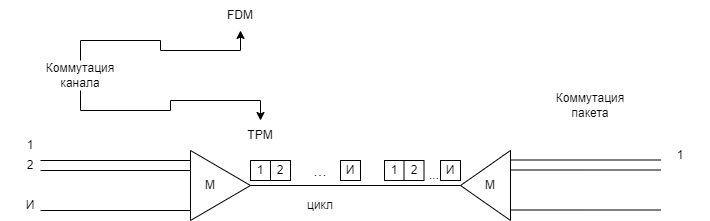
Above: seti.drawio.png in ksinph/PSTU_LABS_2023 (draw.io), before the change. Source tidied: cells renumbered, new cells last; positions are measured from the earlier drawing's top-left corner, leaving out a move shared by most shapes.
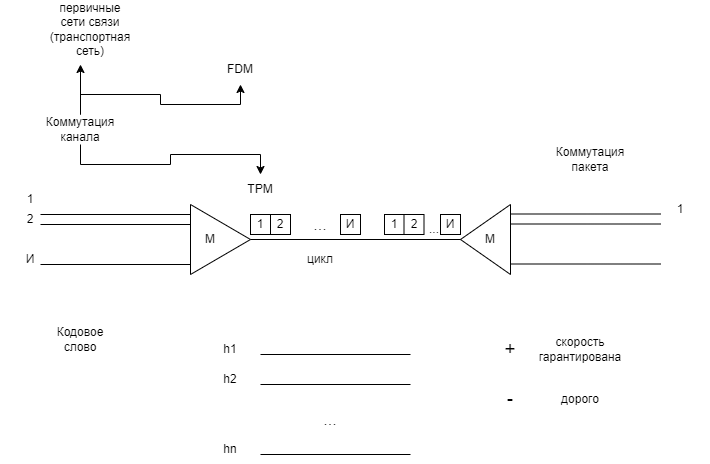
Later version of the same file.

What changed in the source:
```diff
@@ -53,6 +53,11 @@
     <mxCell id="12" style="edgeStyle=orthogonalEdgeStyle;rounded=0;jettySize=auto;html=1;exitX=0.5;exitY=0;exitDx=0;exitDy=0;" parent="1" edge="1" source="13" target="22">
       <mxGeometry relative="1" as="geometry" />
     </mxCell>
+    <mxCell id="32" style="edgeStyle=orthogonalEdgeStyle;rounded=0;jettySize=auto;html=1;exitX=0.5;exitY=0;exitDx=0;exitDy=0;" parent="1" edge="1" source="13">
+      <mxGeometry relative="1" as="geometry">
+        <mxPoint x="80" y="10" as="targetPoint" />
+      </mxGeometry>
+    </mxCell>
     <mxCell id="13" value="Коммутация канала" style="text;html=1;align=center;verticalAlign=middle;whiteSpace=wrap;rounded=0;" parent="1" vertex="1">
       <mxGeometry x="50" y="60" width="60" height="30" as="geometry" />
     </mxCell>
@@ -110,5 +115,53 @@
     <mxCell id="31" value="..." style="text;html=1;align=center;verticalAlign=middle;whiteSpace=wrap;rounded=0;" parent="1" vertex="1">
       <mxGeometry x="404" y="160" width="60" height="30" as="geometry" />
     </mxCell>
+    <mxCell id="33" value="первичные сети связи (транспортная сеть)" style="text;html=1;align=center;verticalAlign=middle;whiteSpace=wrap;rounded=0;" parent="1" vertex="1">
+      <mxGeometry x="60" y="-40" width="60" height="30" as="geometry" />
+    </mxCell>
+    <mxCell id="34" value="Кодовое слово" style="text;html=1;align=center;verticalAlign=middle;whiteSpace=wrap;rounded=0;" parent="1" vertex="1">
+      <mxGeometry x="50" y="270" width="60" height="30" as="geometry" />
+    </mxCell>
+    <mxCell id="35" style="endArrow=none;html=1;rounded=0;" parent="1" edge="1">
+      <mxGeometry relative="1" as="geometry">
+        <mxPoint x="260" y="300" as="sourcePoint" />
+        <mxPoint x="410" y="300" as="targetPoint" />
+      </mxGeometry>
+    </mxCell>
+    <mxCell id="36" style="endArrow=none;html=1;rounded=0;" parent="1" edge="1">
+      <mxGeometry relative="1" as="geometry">
+        <mxPoint x="260" y="330" as="sourcePoint" />
+        <mxPoint x="410" y="330" as="targetPoint" />
+      </mxGeometry>
+    </mxCell>
+    <mxCell id="37" style="endArrow=none;html=1;rounded=0;" parent="1" edge="1">
+      <mxGeometry relative="1" as="geometry">
+        <mxPoint x="260" y="400" as="sourcePoint" />
+        <mxPoint x="410" y="400" as="targetPoint" />
+      </mxGeometry>
+    </mxCell>
+    <mxCell id="38" value="h1" style="text;html=1;align=center;verticalAlign=middle;whiteSpace=wrap;rounded=0;" parent="1" vertex="1">
+      <mxGeometry x="200" y="280" width="60" height="30" as="geometry" />
+    </mxCell>
+    <mxCell id="39" value="h2" style="text;html=1;align=center;verticalAlign=middle;whiteSpace=wrap;rounded=0;" parent="1" vertex="1">
+      <mxGeometry x="200" y="310" width="60" height="30" as="geometry" />
+    </mxCell>
+    <mxCell id="40" value="hn" style="text;html=1;align=center;verticalAlign=middle;whiteSpace=wrap;rounded=0;" parent="1" vertex="1">
+      <mxGeometry x="200" y="380" width="60" height="30" as="geometry" />
+    </mxCell>
+    <mxCell id="41" value="&lt;font style=&quot;font-size: 16px;&quot;&gt;...&lt;/font&gt;" style="text;html=1;align=center;verticalAlign=middle;whiteSpace=wrap;rounded=0;strokeWidth=5;" parent="1" vertex="1">
+      <mxGeometry x="300" y="350" width="60" height="30" as="geometry" />
+    </mxCell>
+    <mxCell id="42" value="&lt;font style=&quot;font-size: 19px;&quot;&gt;+&lt;/font&gt;" style="text;html=1;align=center;verticalAlign=middle;whiteSpace=wrap;rounded=0;" parent="1" vertex="1">
+      <mxGeometry x="480" y="280" width="60" height="30" as="geometry" />
+    </mxCell>
+    <mxCell id="43" value="скорость гарантирована" style="text;html=1;align=center;verticalAlign=middle;whiteSpace=wrap;rounded=0;" parent="1" vertex="1">
+      <mxGeometry x="550" y="280" width="60" height="30" as="geometry" />
+    </mxCell>
+    <mxCell id="44" value="&lt;font style=&quot;font-size: 19px;&quot;&gt;-&lt;/font&gt;" style="text;html=1;align=center;verticalAlign=middle;whiteSpace=wrap;rounded=0;" parent="1" vertex="1">
+      <mxGeometry x="480" y="330" width="60" height="30" as="geometry" />
+    </mxCell>
+    <mxCell id="45" value="дорого" style="text;html=1;align=center;verticalAlign=middle;whiteSpace=wrap;rounded=0;" parent="1" vertex="1">
+      <mxGeometry x="550" y="330" width="60" height="30" as="geometry" />
+    </mxCell>
   </root>
 </mxGraphModel>
```
